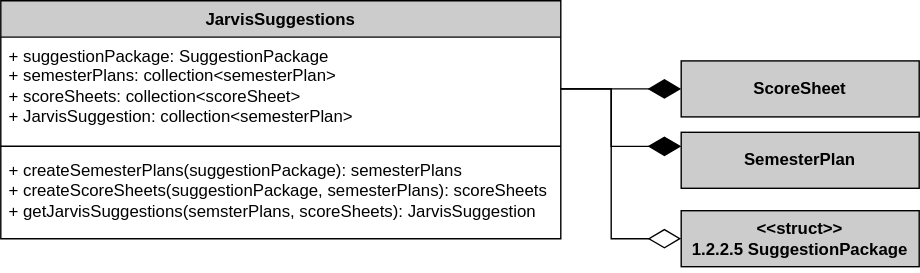
MckennahPalmer/CSE430 keeps this draw.io diagram as Logic/TeamTwoFiles/JarvisSuggestClass.drawio.svg. Above is the earlier version. Source tidied: cells renumbered, new cells last; positions are measured from the earlier drawing's top-left corner, leaving out a move shared by most shapes.
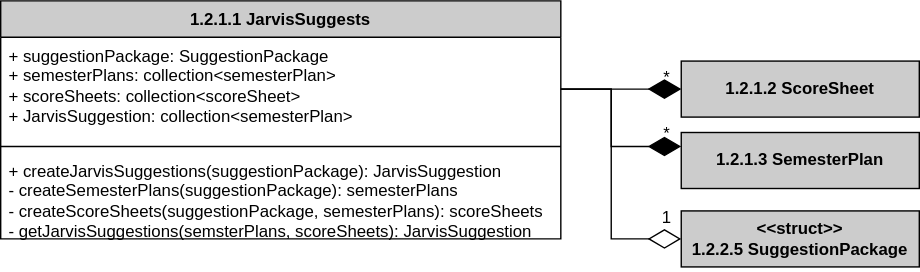
After the change.

Change to the diagram source:
```diff
@@ -2,7 +2,7 @@
   <root>
     <mxCell id="0" />
     <mxCell id="1" parent="0" />
-    <mxCell id="2" value="JarvisSuggestions" style="swimlane;fontStyle=1;align=center;verticalAlign=top;horizontal=1;startSize=26;whiteSpace=wrap;html=1;fillColor=#CCCCCC;" parent="1" vertex="1">
+    <mxCell id="2" value="1.2.1.1 JarvisSuggests" style="swimlane;fontStyle=1;align=center;verticalAlign=top;horizontal=1;startSize=26;whiteSpace=wrap;html=1;fillColor=#CCCCCC;" parent="1" vertex="1">
       <mxGeometry width="400" height="170" as="geometry" />
     </mxCell>
     <mxCell id="3" value="&lt;div&gt;+ suggestionPackage: SuggestionPackage&lt;/div&gt;&lt;div&gt;+ semesterPlans: collection&amp;lt;semesterPlan&amp;gt;&lt;/div&gt;+ scoreSheets: collection&amp;lt;scoreSheet&amp;gt;&lt;div&gt;+ JarvisSuggestion: collection&amp;lt;semesterPlan&amp;gt;&lt;/div&gt;" style="text;strokeColor=none;fillColor=none;align=left;verticalAlign=top;spacingLeft=4;spacingRight=4;overflow=hidden;points=[[0,0.5],[1,0.5]];portConstraint=eastwest;whiteSpace=wrap;html=1;" parent="2" vertex="1">
@@ -11,7 +11,7 @@
     <mxCell id="4" style="line;strokeWidth=1;fillColor=none;align=left;verticalAlign=middle;spacingTop=-1;spacingLeft=3;spacingRight=3;labelPosition=right;strokeColor=inherit;" parent="2" vertex="1">
       <mxGeometry y="100" width="400" height="8" as="geometry" />
     </mxCell>
-    <mxCell id="5" value="&lt;div&gt;+ createSemesterPlans(suggestionPackage): semesterPlans&lt;/div&gt;&lt;div&gt;+ createScoreSheets(&lt;span style=&quot;background-color: initial;&quot;&gt;suggestionPackage, semesterPlans): scoreSheets&amp;nbsp;&lt;/span&gt;&lt;/div&gt;&lt;div&gt;&lt;span style=&quot;background-color: initial;&quot;&gt;+ getJarvisSuggestions(semsterPlans, scoreSheets): JarvisSuggestion&lt;/span&gt;&lt;/div&gt;" style="text;strokeColor=none;fillColor=none;align=left;verticalAlign=top;spacingLeft=4;spacingRight=4;overflow=hidden;whiteSpace=wrap;html=1;" parent="2" vertex="1">
+    <mxCell id="5" value="&lt;div&gt;&lt;span style=&quot;background-color: initial;&quot;&gt;+ createJarvisSuggestions(suggestionPackage): JarvisSuggestion&lt;/span&gt;&lt;/div&gt;&lt;div&gt;- createSemesterPlans(suggestionPackage): semesterPlans&lt;/div&gt;&lt;div&gt;- createScoreSheets(&lt;span style=&quot;background-color: initial;&quot;&gt;suggestionPackage, semesterPlans): scoreSheets&amp;nbsp;&lt;/span&gt;&lt;/div&gt;&lt;div&gt;&lt;span style=&quot;background-color: initial;&quot;&gt;- getJarvisSuggestions(semsterPlans, scoreSheets): JarvisSuggestion&lt;/span&gt;&lt;/div&gt;" style="text;strokeColor=none;fillColor=none;align=left;verticalAlign=top;spacingLeft=4;spacingRight=4;overflow=hidden;whiteSpace=wrap;html=1;" parent="2" vertex="1">
       <mxGeometry y="108" width="400" height="62" as="geometry" />
     </mxCell>
     <mxCell id="6" style="edgeStyle=orthogonalEdgeStyle;rounded=0;jettySize=auto;html=1;exitX=1;exitY=0.5;exitDx=0;exitDy=0;entryX=0;entryY=0.5;entryDx=0;entryDy=0;endArrow=diamondThin;endFill=1;endSize=21;" parent="1" edge="1" source="3" target="11">
@@ -36,11 +36,20 @@
         </Array>
       </mxGeometry>
     </mxCell>
-    <mxCell id="10" value="&lt;div&gt;&lt;b style=&quot;background-color: initial;&quot;&gt;SemesterPlan&lt;/b&gt;&lt;br&gt;&lt;/div&gt;" style="rounded=0;whiteSpace=wrap;html=1;fillColor=#CCCCCC;" parent="1" vertex="1">
+    <mxCell id="10" value="&lt;div&gt;&lt;b style=&quot;background-color: initial;&quot;&gt;1.2.1.3 &lt;/b&gt;&lt;b style=&quot;background-color: initial;&quot;&gt;SemesterPlan&lt;/b&gt;&lt;br&gt;&lt;/div&gt;" style="rounded=0;whiteSpace=wrap;html=1;fillColor=#CCCCCC;" parent="1" vertex="1">
       <mxGeometry x="486" y="94" width="170" height="40" as="geometry" />
     </mxCell>
-    <mxCell id="11" value="&lt;b&gt;ScoreSheet&lt;/b&gt;" style="rounded=0;whiteSpace=wrap;html=1;fillColor=#CCCCCC;" parent="1" vertex="1">
+    <mxCell id="11" value="&lt;b&gt;1.2.1.2 &lt;/b&gt;&lt;b&gt;ScoreSheet &lt;br&gt;&lt;/b&gt;" style="rounded=0;whiteSpace=wrap;html=1;fillColor=#CCCCCC;" parent="1" vertex="1">
       <mxGeometry x="486" y="43" width="170" height="40" as="geometry" />
     </mxCell>
+    <mxCell id="12" value="*" style="text;html=1;align=center;verticalAlign=middle;whiteSpace=wrap;rounded=0;" parent="1" vertex="1">
+      <mxGeometry x="446" y="40" width="60" height="30" as="geometry" />
+    </mxCell>
+    <mxCell id="13" value="*" style="text;html=1;align=center;verticalAlign=middle;whiteSpace=wrap;rounded=0;" parent="1" vertex="1">
+      <mxGeometry x="446" y="80" width="60" height="30" as="geometry" />
+    </mxCell>
+    <mxCell id="14" value="1" style="text;html=1;align=center;verticalAlign=middle;whiteSpace=wrap;rounded=0;" parent="1" vertex="1">
+      <mxGeometry x="446" y="140" width="60" height="30" as="geometry" />
+    </mxCell>
   </root>
 </mxGraphModel>
```
